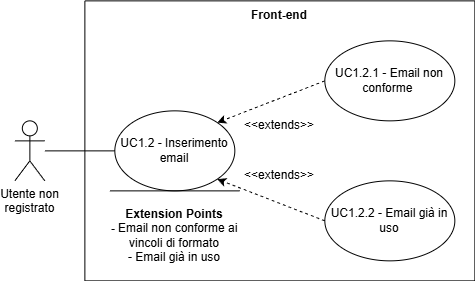
Before: assets/diagrams/UC1_2.png, a diagram exported from draw.io (SkarabGroup/DocumentazioneProgetto). Source tidied: cells renumbered, new cells last; positions are measured from the earlier drawing's top-left corner, leaving out a move shared by most shapes.
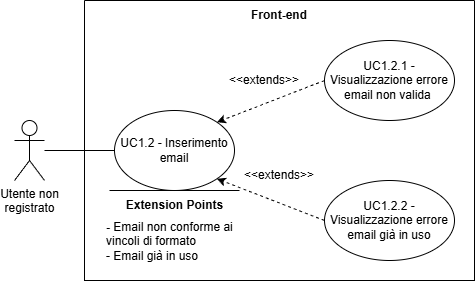
The same diagram one commit later.

Diff of the diagram source:
```diff
@@ -5,44 +5,47 @@
     <mxCell id="2" value="Utente non &lt;br&gt;registrato" style="shape=umlActor;verticalLabelPosition=bottom;verticalAlign=top;html=1;outlineConnect=0;" parent="1" vertex="1">
       <mxGeometry x="0.3" y="120.4" width="30" height="60" as="geometry" />
     </mxCell>
-    <mxCell id="3" style="swimlane;startSize=0;" parent="1" vertex="1">
-      <mxGeometry x="70.3" y="0.4" width="390" height="280" as="geometry" />
-    </mxCell>
+    <mxCell id="15" style="swimlane;startSize=0;" parent="1" vertex="1">
+      <mxGeometry x="70.3" y="0.4" width="390" height="280" as="geometry" />
+    </mxCell>
-    <mxCell id="4" value="Front-end" style="text;html=1;whiteSpace=wrap;strokeColor=none;fillColor=none;align=center;verticalAlign=middle;rounded=0;fontStyle=1;" parent="3" vertex="1">
+    <mxCell id="4" value="Front-end" style="text;html=1;whiteSpace=wrap;strokeColor=none;fillColor=none;align=center;verticalAlign=middle;rounded=0;fontStyle=1;" parent="15" vertex="1">
       <mxGeometry x="165" width="60" height="30" as="geometry" />
     </mxCell>
-    <mxCell id="5" value="UC1.2 - Inserimento email" style="ellipse;html=1;whiteSpace=wrap;" parent="3" vertex="1">
+    <mxCell id="5" value="UC1.2 - Inserimento email" style="ellipse;html=1;whiteSpace=wrap;" parent="15" vertex="1">
       <mxGeometry x="30" y="110" width="120" height="80" as="geometry" />
     </mxCell>
-    <mxCell id="6" value="UC1.2.1 - Email non conforme&amp;nbsp;" style="ellipse;whiteSpace=wrap;html=1;" parent="3" vertex="1">
-      <mxGeometry x="240" y="40" width="130" height="80" as="geometry" />
-    </mxCell>
-    <mxCell id="7" value="UC1.2.2 - Email già in uso" style="ellipse;whiteSpace=wrap;html=1;" parent="3" vertex="1">
-      <mxGeometry x="240" y="180" width="130" height="80" as="geometry" />
-    </mxCell>
-    <mxCell id="8" style="endArrow=classic;html=1;rounded=0;exitX=0;exitY=0.5;exitDx=0;exitDy=0;entryX=1;entryY=0;entryDx=0;entryDy=0;dashed=1;endFill=1;" parent="3" edge="1" source="6" target="5">
-      <mxGeometry relative="1" as="geometry" />
-    </mxCell>
-    <mxCell id="9" style="endArrow=classic;html=1;rounded=0;exitX=0;exitY=0.5;exitDx=0;exitDy=0;entryX=1;entryY=1;entryDx=0;entryDy=0;dashed=1;endFill=1;" parent="3" edge="1" source="7" target="5">
-      <mxGeometry relative="1" as="geometry" />
-    </mxCell>
-    <mxCell id="10" style="endArrow=none;html=1;rounded=0;" parent="3" edge="1">
-      <mxGeometry relative="1" as="geometry">
-        <mxPoint x="25" y="190" as="sourcePoint" />
-        <mxPoint x="155" y="190" as="targetPoint" />
-      </mxGeometry>
-    </mxCell>
-    <mxCell id="11" value="&lt;b&gt;Extension Points&lt;/b&gt;&lt;div&gt;&lt;b&gt;- &lt;/b&gt;Email non conforme ai vincoli di formato&lt;/div&gt;&lt;div&gt;- Email già in uso&lt;/div&gt;" style="text;html=1;whiteSpace=wrap;strokeColor=none;fillColor=none;align=center;verticalAlign=middle;rounded=0;" parent="3" vertex="1">
-      <mxGeometry x="20" y="190" width="140" height="90" as="geometry" />
-    </mxCell>
+    <mxCell id="16" value="UC1.2.1 - Visualizzazione errore email non valida&amp;nbsp;" style="ellipse;whiteSpace=wrap;html=1;" parent="15" vertex="1">
+      <mxGeometry x="240" y="40" width="130" height="80" as="geometry" />
+    </mxCell>
+    <mxCell id="17" value="UC1.2.2 - Visualizzazione errore email già in uso" style="ellipse;whiteSpace=wrap;html=1;" parent="15" vertex="1">
+      <mxGeometry x="240" y="180" width="130" height="80" as="geometry" />
+    </mxCell>
+    <mxCell id="18" style="endArrow=classic;html=1;rounded=0;exitX=0;exitY=0.5;exitDx=0;exitDy=0;entryX=1;entryY=0;entryDx=0;entryDy=0;dashed=1;endFill=1;" parent="15" edge="1" source="16" target="5">
+      <mxGeometry relative="1" as="geometry" />
+    </mxCell>
+    <mxCell id="19" style="endArrow=classic;html=1;rounded=0;exitX=0;exitY=0.5;exitDx=0;exitDy=0;entryX=1;entryY=1;entryDx=0;entryDy=0;dashed=1;endFill=1;" parent="15" edge="1" source="17" target="5">
+      <mxGeometry relative="1" as="geometry" />
+    </mxCell>
+    <mxCell id="20" style="endArrow=none;html=1;rounded=0;" parent="15" edge="1">
+      <mxGeometry relative="1" as="geometry">
+        <mxPoint x="25" y="190" as="sourcePoint" />
+        <mxPoint x="155" y="190" as="targetPoint" />
+      </mxGeometry>
+    </mxCell>
-    <mxCell id="12" value="&amp;lt;&amp;lt;extends&amp;gt;&amp;gt;" style="text;html=1;whiteSpace=wrap;strokeColor=none;fillColor=none;align=center;verticalAlign=middle;rounded=0;" parent="3" vertex="1">
+    <mxCell id="12" value="&amp;lt;&amp;lt;extends&amp;gt;&amp;gt;" style="text;html=1;whiteSpace=wrap;strokeColor=none;fillColor=none;align=center;verticalAlign=middle;rounded=0;" parent="15" vertex="1">
       <mxGeometry x="165" y="160" width="60" height="30" as="geometry" />
     </mxCell>
-    <mxCell id="13" value="&amp;lt;&amp;lt;extends&amp;gt;&amp;gt;" style="text;html=1;whiteSpace=wrap;strokeColor=none;fillColor=none;align=center;verticalAlign=middle;rounded=0;" parent="3" vertex="1">
-      <mxGeometry x="165" y="110" width="60" height="30" as="geometry" />
+    <mxCell id="13" value="&amp;lt;&amp;lt;extends&amp;gt;&amp;gt;" style="text;html=1;whiteSpace=wrap;strokeColor=none;fillColor=none;align=center;verticalAlign=middle;rounded=0;" parent="15" vertex="1">
+      <mxGeometry x="150" y="65" width="60" height="30" as="geometry" />
     </mxCell>
+    <mxCell id="21" value="&lt;b&gt;Extension Points&lt;/b&gt;" style="text;html=1;whiteSpace=wrap;strokeColor=none;fillColor=none;align=center;verticalAlign=middle;rounded=0;strokeWidth=5;" parent="15" vertex="1">
+      <mxGeometry x="32.5" y="190" width="115" height="30" as="geometry" />
+    </mxCell>
     <mxCell id="14" style="endArrow=none;html=1;rounded=0;entryX=0;entryY=0.5;entryDx=0;entryDy=0;" parent="1" edge="1" source="2" target="5">
       <mxGeometry relative="1" as="geometry" />
     </mxCell>
+    <mxCell id="22" value="&lt;div&gt;&lt;b&gt;- &lt;/b&gt;Email non conforme ai vincoli di formato&lt;/div&gt;&lt;div&gt;- Email già in uso&lt;/div&gt;" style="text;html=1;whiteSpace=wrap;strokeColor=none;fillColor=none;align=left;verticalAlign=middle;rounded=0;" parent="1" vertex="1">
+      <mxGeometry x="90.3" y="196.4" width="140" height="90" as="geometry" />
+    </mxCell>
   </root>
 </mxGraphModel>
```
